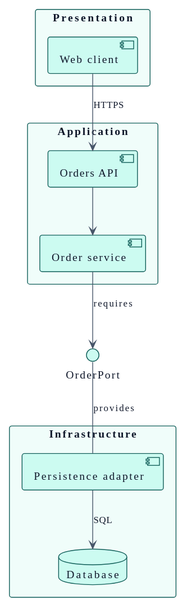
Above: docs/03-design/components/components.svg in didactika/kampus (PlantUML), before the change.
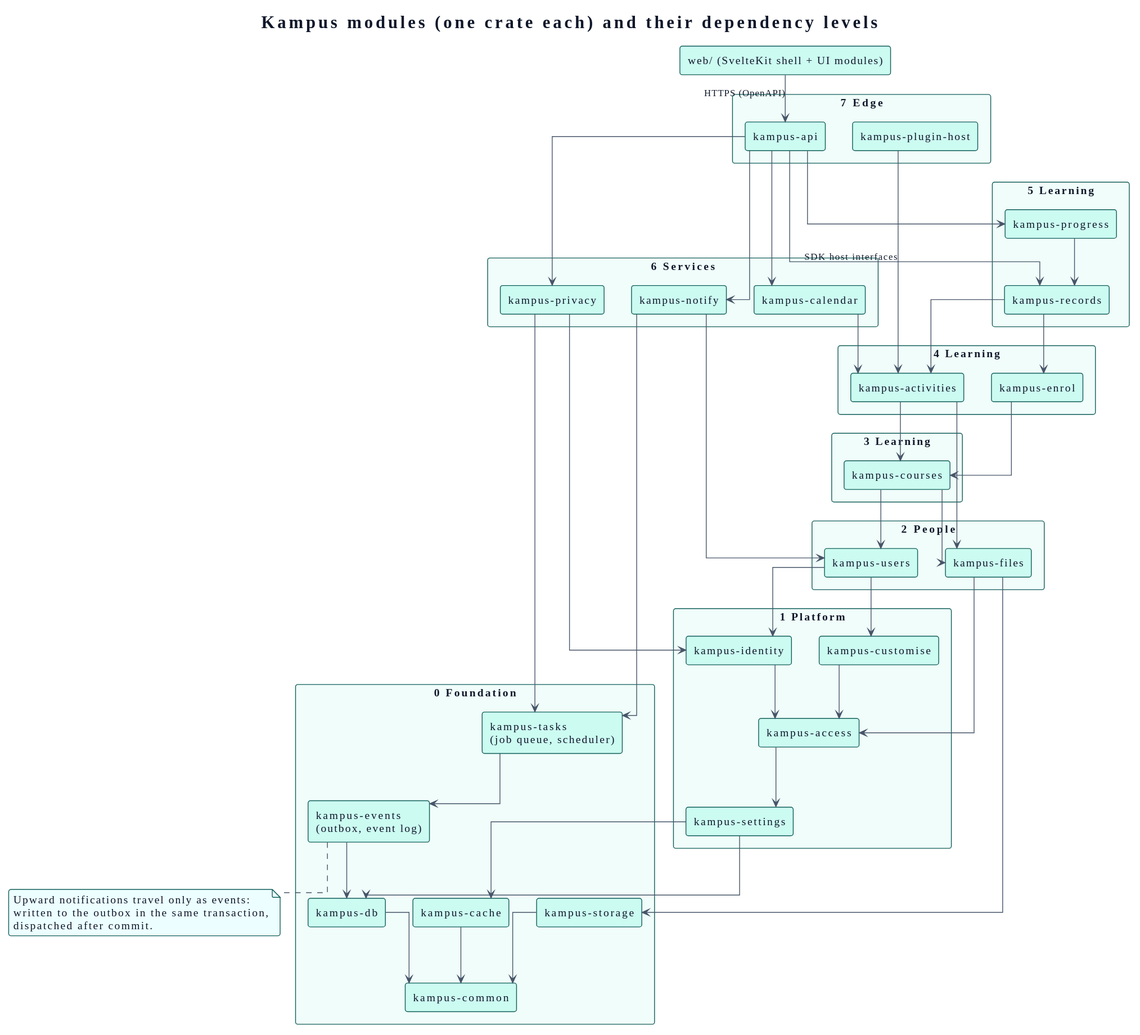
The same diagram one commit later.

The edit, as a diff of the source:
```diff
@@ -103,28 +103,97 @@
 hide <<level2>> stereotype
 hide <<level3>> stereotype
 hide <<level4>> stereotype
-skinparam linetype polyline
+skinparam linetype ortho
+skinparam componentStyle rectangle
 top to bottom direction
+title Kampus modules (one crate each) and their dependency levels
 
-package "Presentation" {
-  component "Web client" as web
+component "web/ (SvelteKit shell + UI modules)" as web
+
+package "7 Edge" {
+  component "kampus-api" as api
+  component "kampus-plugin-host" as plugins
 }
 
-package "Application" {
-  component "Orders API" as api
-  component "Order service" as service
+package "6 Services" {
+  component "kampus-notify" as notify
+  component "kampus-calendar" as calendar
+  component "kampus-privacy" as privacy
 }
 
-package "Infrastructure" {
-  component "Persistence adapter" as adapter
-  database "Database" as db
+package "5 Learning" {
+  component "kampus-records" as records
+  component "kampus-progress" as progress
 }
 
-interface "OrderPort" as port
+package "4 Learning" {
+  component "kampus-enrol" as enrol
+  component "kampus-activities" as activities
+}
 
-web -down-> api : HTTPS
-api -down-> service
-service -down-> port : requires
-adapter -up- port : provides
-adapter -down-> db : SQL
+package "3 Learning" {
+  component "kampus-courses" as courses
+}
+
+package "2 People" {
+  component "kampus-users" as users
+  component "kampus-files" as files
+}
+
+package "1 Platform" {
+  component "kampus-settings" as settings
+  component "kampus-access" as access
+  component "kampus-identity" as identity
+  component "kampus-customise" as customise
+}
+
+package "0 Foundation" {
+  component "kampus-common" as common
+  component "kampus-db" as db
+  component "kampus-storage" as storage
+  component "kampus-cache" as cache
+  component "kampus-events\n(outbox, event log)" as events
+  component "kampus-tasks\n(job queue, scheduler)" as tasks
+}
+
+web --> api : HTTPS (OpenAPI)
+api --> notify
+api --> calendar
+api --> privacy
+api --> progress
+api --> records
+plugins --> activities : SDK host interfaces
+notify --> users
+notify --> tasks
+calendar --> activities
+privacy --> identity
+privacy --> tasks
+progress --> records
+records --> activities
+records --> enrol
+enrol --> courses
+activities --> courses
+activities --> files
+courses --> users
+courses --> files
+users --> identity
+users --> customise
+files --> storage
+files --> access
+identity --> access
+customise --> access
+access --> settings
+settings --> cache
+settings --> db
+tasks --> events
+events --> db
+db --> common
+storage --> common
+cache --> common
+
+note bottom of events
+  Upward notifications travel only as events:
+  written to the outbox in the same transaction,
+  dispatched after commit.
+end note
 @enduml
```
